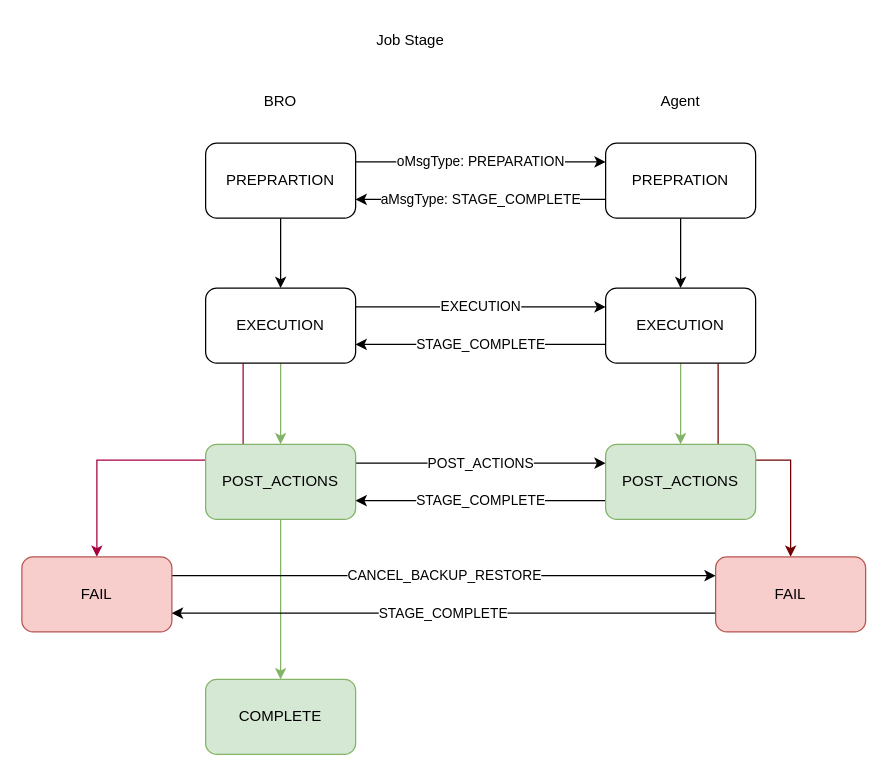
Above: BRO & Agent LCM.drawio in Albert-W/Draw_io (draw.io), before the change. Source tidied: cells renumbered, new cells numbered last; positions are measured from the earlier drawing's top-left corner, leaving out a move shared by most shapes. Both pictures are drawn from the tidied source at 125%, with x=0, y=0 at pixel (21, 21).
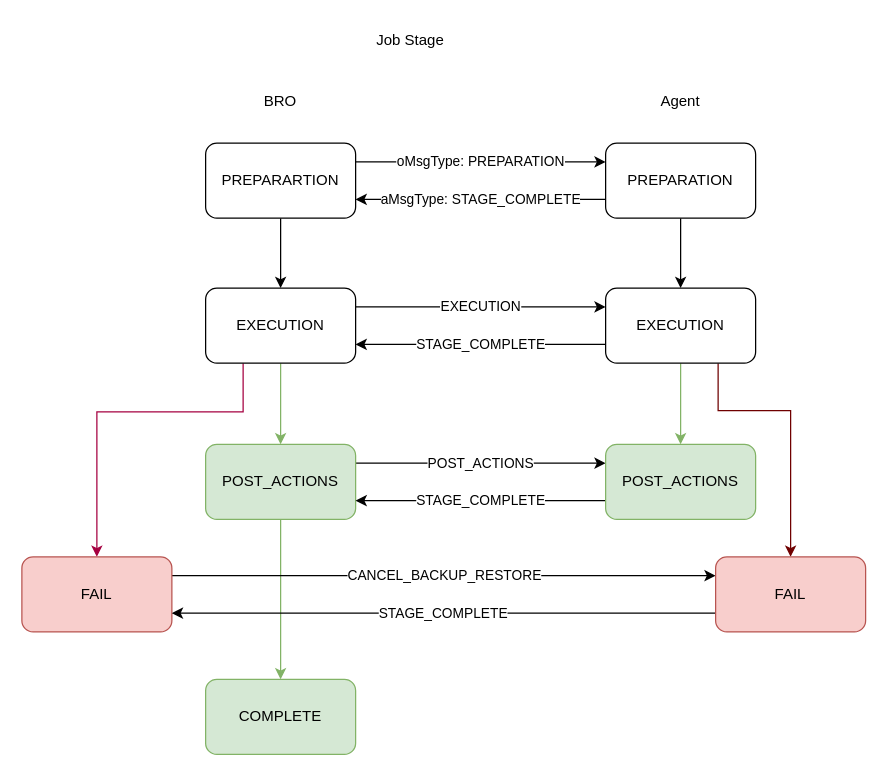
After the change.

The change refers to these unchanged cells:
```xml
<mxCell id="14" value="EXECUTION" style="rounded=1;whiteSpace=wrap;html=1;" parent="1" vertex="1">
  <mxGeometry x="147" y="213" width="120" height="60" as="geometry" />
</mxCell>
<mxCell id="18" value="EXECUTION" style="rounded=1;whiteSpace=wrap;html=1;" parent="1" vertex="1">
  <mxGeometry x="467" y="213" width="120" height="60" as="geometry" />
</mxCell>
<mxCell id="26" value="FAIL" style="rounded=1;whiteSpace=wrap;html=1;fillColor=#f8cecc;strokeColor=#b85450;" parent="1" vertex="1">
  <mxGeometry y="428" width="120" height="60" as="geometry" />
</mxCell>
<mxCell id="28" value="FAIL" style="rounded=1;whiteSpace=wrap;html=1;fillColor=#f8cecc;strokeColor=#b85450;" parent="1" vertex="1">
  <mxGeometry x="555" y="428" width="120" height="60" as="geometry" />
</mxCell>
```

What changed in the source:
```diff
@@
-    <mxCell id="4" value="PREPRARTION" style="rounded=1;whiteSpace=wrap;html=1;" parent="1" vertex="1">
+    <mxCell id="4" value="PREPARARTION" style="rounded=1;whiteSpace=wrap;html=1;" parent="1" vertex="1">
       <mxGeometry x="147" y="97" width="120" height="60" as="geometry" />
     </mxCell>
@@
-    <mxCell id="8" value="PREPRATION" style="rounded=1;whiteSpace=wrap;html=1;" parent="1" vertex="1">
+    <mxCell id="8" value="PREPARATION" style="rounded=1;whiteSpace=wrap;html=1;" parent="1" vertex="1">
       <mxGeometry x="467" y="97" width="120" height="60" as="geometry" />
     </mxCell>
@@
     <mxCell id="13" style="edgeStyle=orthogonalEdgeStyle;rounded=0;jettySize=auto;html=1;exitX=0.25;exitY=1;exitDx=0;exitDy=0;entryX=0.5;entryY=0;entryDx=0;entryDy=0;fillColor=#d80073;strokeColor=#A50040;" parent="1" edge="1" source="14" target="26">
-      <mxGeometry relative="1" as="geometry" />
+      <mxGeometry relative="1" as="geometry">
+        <Array as="points">
+          <mxPoint x="177" y="312" />
+          <mxPoint x="60" y="312" />
+        </Array>
+      </mxGeometry>
     </mxCell>
@@
     <mxCell id="17" style="edgeStyle=orthogonalEdgeStyle;rounded=0;jettySize=auto;html=1;exitX=0.75;exitY=1;exitDx=0;exitDy=0;fillColor=#a20025;strokeColor=#6F0000;" parent="1" edge="1" source="18" target="28">
-      <mxGeometry relative="1" as="geometry" />
+      <mxGeometry relative="1" as="geometry">
+        <Array as="points">
+          <mxPoint x="557" y="311" />
+          <mxPoint x="615" y="311" />
+        </Array>
+      </mxGeometry>
     </mxCell>
```
